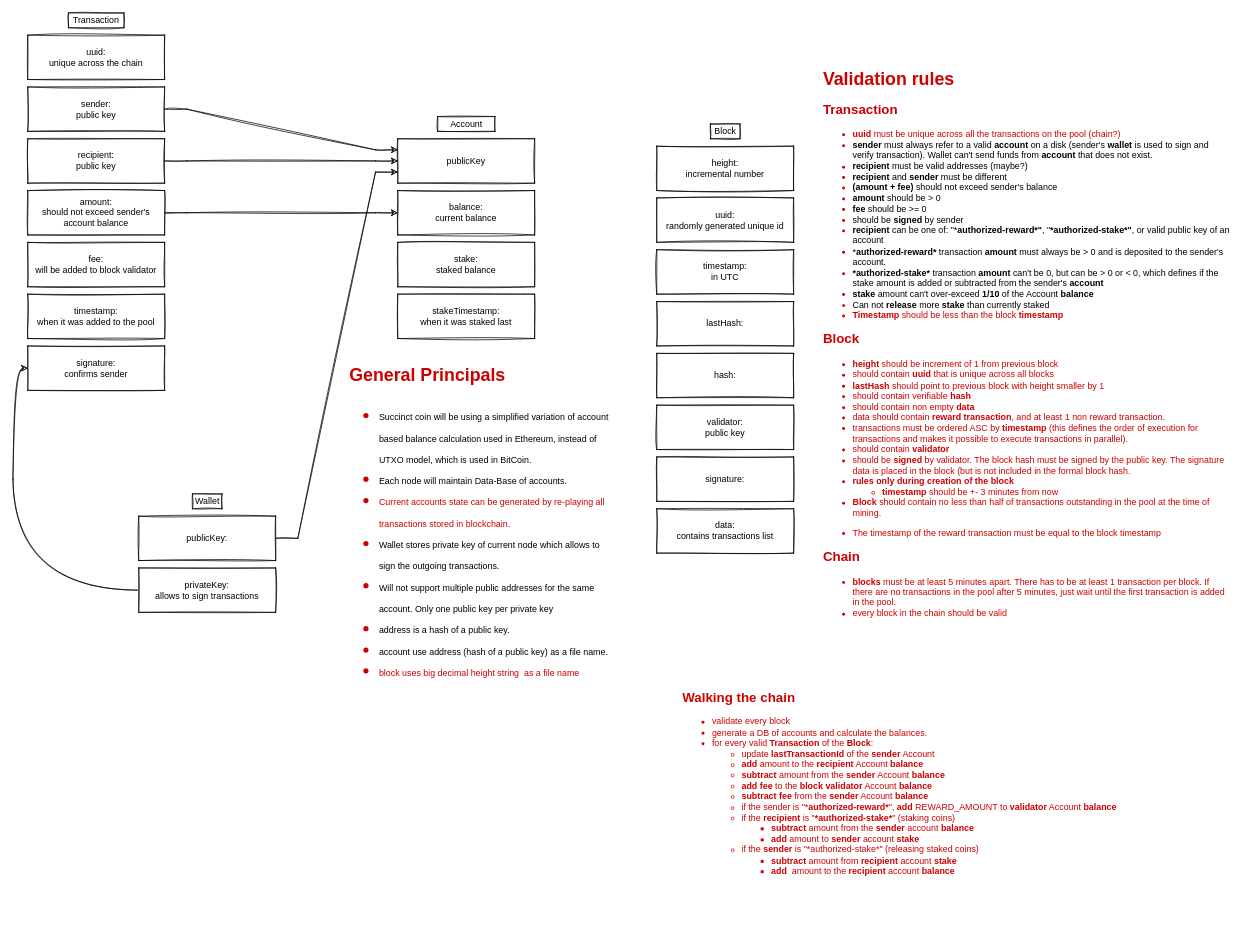
This is docs/Transaction Structure Diagram.drawio from echowaves/succinctcoin, a draw.io file, before an edit. Source tidied: cells renumbered, new cells numbered last; positions are measured from the earlier drawing's top-left corner, leaving out a move shared by most shapes. Both pictures are drawn from the tidied source at 74%, with x=0, y=0 at pixel (27, 13).
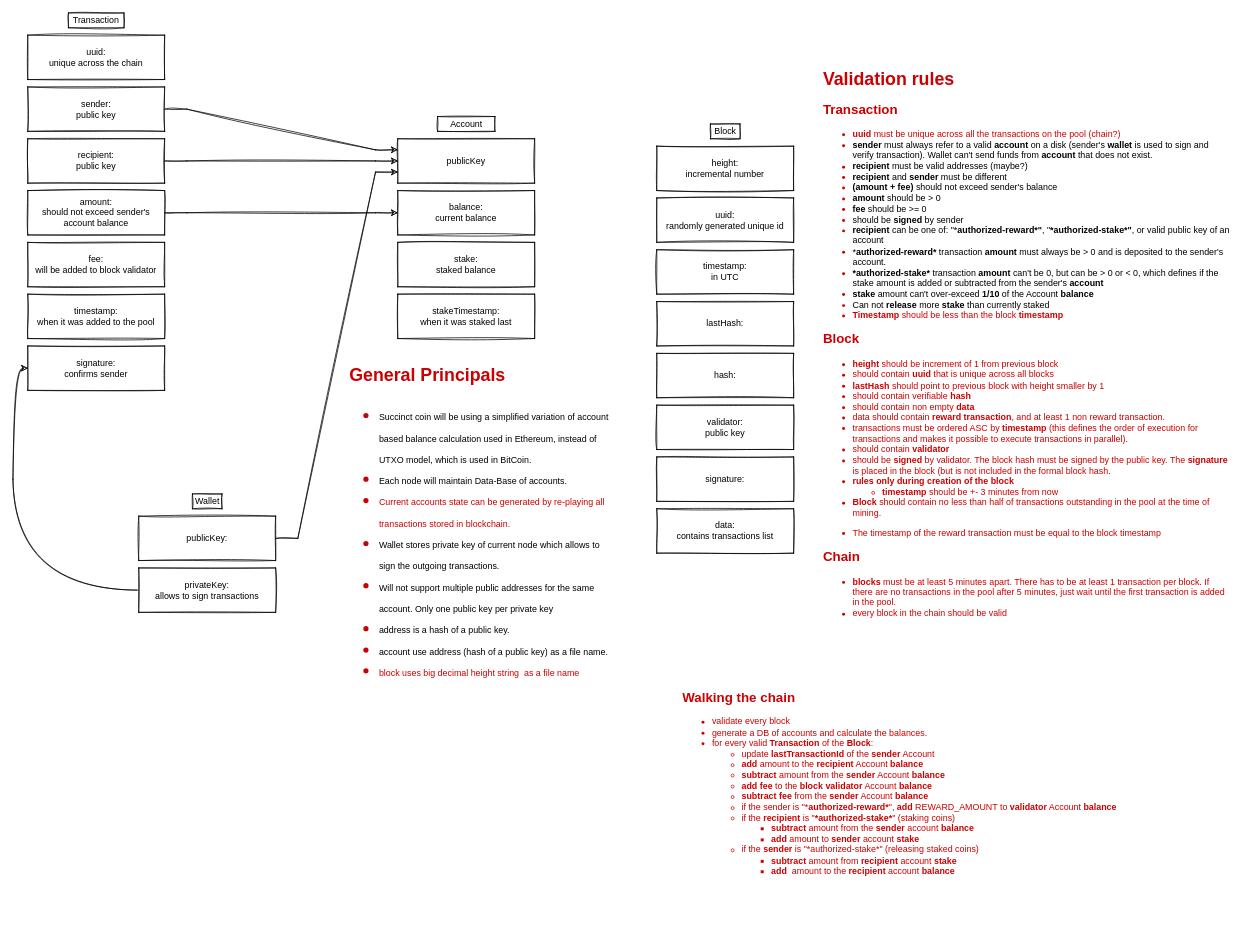
After the change.

Commit message (it also covers changes not shown here):
wip: defining block validation rules

Change to the diagram source:
```diff
@@
-    <mxCell id="30" value="&lt;h1&gt;Validation rules&lt;/h1&gt;&lt;h2&gt;Transaction&lt;/h2&gt;&lt;div&gt;&lt;ul&gt;&lt;li&gt;&lt;b&gt;uuid&lt;/b&gt; must be unique across all the transactions on the pool (chain?)&lt;/li&gt;&lt;li&gt;&lt;font color=&quot;#000000&quot;&gt;&lt;b&gt;sender &lt;/b&gt;must always refer to a valid &lt;b&gt;account&lt;/b&gt; on a disk (sender's &lt;b&gt;wallet&lt;/b&gt; is used to sign and verify transaction). Wallet can't send funds from &lt;b&gt;account &lt;/b&gt;that does not exist.&lt;/font&gt;&lt;/li&gt;&lt;li&gt;&lt;font color=&quot;#000000&quot;&gt;&lt;b&gt;recipient&lt;/b&gt; must be valid addresses (maybe?)&lt;/font&gt;&lt;/li&gt;&lt;li&gt;&lt;font color=&quot;#000000&quot;&gt;&lt;b&gt;recipient&lt;/b&gt; and &lt;b&gt;sender&lt;/b&gt; must be different&lt;/font&gt;&lt;/li&gt;&lt;li&gt;&lt;font color=&quot;#000000&quot;&gt;&lt;b&gt;(amount + fee)&lt;/b&gt;&lt;span&gt; should not exceed sender's balance&lt;/span&gt;&lt;br&gt;&lt;/font&gt;&lt;/li&gt;&lt;li&gt;&lt;font color=&quot;#000000&quot;&gt;&lt;b&gt;amount&lt;/b&gt; should be &amp;gt; 0&lt;/font&gt;&lt;/li&gt;&lt;li&gt;&lt;font color=&quot;#000000&quot;&gt;&lt;b&gt;fee&lt;/b&gt;&amp;nbsp;should be &amp;gt;= 0&lt;/font&gt;&lt;/li&gt;&lt;li&gt;&lt;font color=&quot;#000000&quot;&gt;should be &lt;b&gt;signed&lt;/b&gt; by sender&lt;/font&gt;&lt;/li&gt;&lt;li&gt;&lt;font color=&quot;#000000&quot;&gt;&lt;b&gt;recipient&lt;/b&gt;&lt;span&gt;&amp;nbsp;can be one of: &quot;*&lt;/span&gt;&lt;b&gt;authorized-reward*&quot;&lt;/b&gt;&lt;span&gt;, &quot;&lt;/span&gt;&lt;b&gt;*authorized-stake*&quot;&lt;/b&gt;&lt;span&gt;, or valid public key of an account&lt;/span&gt;&lt;br&gt;&lt;/font&gt;&lt;/li&gt;&lt;li&gt;&lt;font color=&quot;#000000&quot;&gt;&lt;span&gt;*&lt;/span&gt;&lt;b&gt;authorized-reward*&lt;/b&gt;&amp;nbsp;transaction &lt;b&gt;amount&lt;/b&gt; must always be &amp;gt; 0 and is deposited to the sender's account.&lt;/font&gt;&lt;/li&gt;&lt;li&gt;&lt;font color=&quot;#000000&quot;&gt;&lt;b&gt;*authorized-stake* &lt;/b&gt;&lt;span&gt;transaction &lt;b&gt;amount&lt;/b&gt; can't be 0, but can be &amp;gt; 0 or &amp;lt; 0, which defines if the stake amount is added or subtracted from the sender's &lt;b&gt;account&lt;/b&gt;&lt;/span&gt;&lt;/font&gt;&lt;br&gt;&lt;/li&gt;&lt;li&gt;&lt;font color=&quot;#000000&quot;&gt;&lt;b&gt;stake &lt;/b&gt;amount can't over-exceed &lt;b&gt;1/10&lt;/b&gt; of the Account &lt;b&gt;balance&lt;/b&gt;&lt;/font&gt;&lt;/li&gt;&lt;li&gt;&lt;font color=&quot;#000000&quot;&gt;Can not &lt;b&gt;release&lt;/b&gt; more &lt;b&gt;stake&lt;/b&gt; than currently staked&lt;/font&gt;&lt;/li&gt;&lt;li&gt;&lt;b&gt;Timestamp &lt;/b&gt;should be less than the block &lt;b&gt;timestamp&lt;/b&gt;&lt;/li&gt;&lt;/ul&gt;&lt;/div&gt;&lt;h2&gt;Block&lt;/h2&gt;&lt;div&gt;&lt;ul&gt;&lt;li&gt;&lt;b&gt;height&lt;/b&gt;&lt;span&gt; should be increment of 1 from previous block&lt;/span&gt;&lt;br&gt;&lt;/li&gt;&lt;li&gt;should contain &lt;b&gt;uuid &lt;/b&gt;that is unique across all blocks&lt;/li&gt;&lt;li&gt;&lt;b&gt;lastHash&lt;/b&gt; should point to previous block with height smaller by 1&lt;/li&gt;&lt;li&gt;should contain verifiable &lt;b&gt;hash&lt;/b&gt;&lt;/li&gt;&lt;li&gt;should contain non empty &lt;b&gt;data&lt;/b&gt;&lt;/li&gt;&lt;li&gt;data should contain&amp;nbsp;&lt;b&gt;reward transaction&lt;/b&gt;, and at least 1 non reward transaction.&lt;/li&gt;&lt;li&gt;transactions must be ordered ASC by &lt;b&gt;timestamp &lt;/b&gt;(this defines the order of execution for transactions and makes it possible to execute transactions in parallel).&lt;/li&gt;&lt;li&gt;should contain &lt;b&gt;validator&lt;/b&gt;&lt;/li&gt;&lt;li&gt;should be &lt;b&gt;signed&lt;/b&gt; by validator. The block hash must be signed by the public key. The signature data is placed in the block (but is not included in the formal block hash.&lt;/li&gt;&lt;li&gt;&lt;b&gt;rules only during creation of the block&lt;/b&gt;&lt;/li&gt;&lt;ul&gt;&lt;li&gt;&lt;b&gt;timestamp&lt;/b&gt; should be +- 3 minutes from now&lt;/li&gt;&lt;/ul&gt;&lt;li&gt;&lt;b&gt;Block &lt;/b&gt;should contain no less than half of transactions outstanding in the pool at the time of mining.&lt;/li&gt;&lt;/ul&gt;&lt;p&gt;&lt;/p&gt;&lt;ul&gt;&lt;li&gt;&lt;span style=&quot;background-color: rgb(255 , 255 , 255)&quot;&gt;&lt;font style=&quot;font-size: 12px&quot;&gt;The timestamp of the reward transaction must be equal to the block timestamp&lt;/font&gt;&lt;/span&gt;&lt;/li&gt;&lt;/ul&gt;&lt;p&gt;&lt;/p&gt;&lt;/div&gt;&lt;h2&gt;Chain&lt;/h2&gt;&lt;div&gt;&lt;ul&gt;&lt;li&gt;&lt;b&gt;blocks&amp;nbsp;&lt;/b&gt;must be at least 5 minutes apart. There has to be at least 1 transaction per block. If there are no transactions in the pool after 5 minutes, just wait until the first transaction is added in the pool.&lt;/li&gt;&lt;li&gt;every block in the chain should be valid&lt;/li&gt;&lt;/ul&gt;&lt;div&gt;&lt;br&gt;&lt;/div&gt;&lt;/div&gt;&lt;h2&gt;&lt;br&gt;&lt;/h2&gt;" style="text;html=1;fillColor=none;spacing=5;spacingTop=-20;whiteSpace=wrap;overflow=hidden;rounded=0;sketch=1;fontColor=#CC0000;" parent="1" vertex="1">
+    <mxCell id="30" value="&lt;h1&gt;Validation rules&lt;/h1&gt;&lt;h2&gt;Transaction&lt;/h2&gt;&lt;div&gt;&lt;ul&gt;&lt;li&gt;&lt;b&gt;uuid&lt;/b&gt; must be unique across all the transactions on the pool (chain?)&lt;/li&gt;&lt;li&gt;&lt;font color=&quot;#000000&quot;&gt;&lt;b&gt;sender &lt;/b&gt;must always refer to a valid &lt;b&gt;account&lt;/b&gt; on a disk (sender's &lt;b&gt;wallet&lt;/b&gt; is used to sign and verify transaction). Wallet can't send funds from &lt;b&gt;account &lt;/b&gt;that does not exist.&lt;/font&gt;&lt;/li&gt;&lt;li&gt;&lt;font color=&quot;#000000&quot;&gt;&lt;b&gt;recipient&lt;/b&gt; must be valid addresses (maybe?)&lt;/font&gt;&lt;/li&gt;&lt;li&gt;&lt;font color=&quot;#000000&quot;&gt;&lt;b&gt;recipient&lt;/b&gt; and &lt;b&gt;sender&lt;/b&gt; must be different&lt;/font&gt;&lt;/li&gt;&lt;li&gt;&lt;font color=&quot;#000000&quot;&gt;&lt;b&gt;(amount + fee)&lt;/b&gt;&lt;span&gt; should not exceed sender's balance&lt;/span&gt;&lt;br&gt;&lt;/font&gt;&lt;/li&gt;&lt;li&gt;&lt;font color=&quot;#000000&quot;&gt;&lt;b&gt;amount&lt;/b&gt; should be &amp;gt; 0&lt;/font&gt;&lt;/li&gt;&lt;li&gt;&lt;font color=&quot;#000000&quot;&gt;&lt;b&gt;fee&lt;/b&gt;&amp;nbsp;should be &amp;gt;= 0&lt;/font&gt;&lt;/li&gt;&lt;li&gt;&lt;font color=&quot;#000000&quot;&gt;should be &lt;b&gt;signed&lt;/b&gt; by sender&lt;/font&gt;&lt;/li&gt;&lt;li&gt;&lt;font color=&quot;#000000&quot;&gt;&lt;b&gt;recipient&lt;/b&gt;&lt;span&gt;&amp;nbsp;can be one of: &quot;*&lt;/span&gt;&lt;b&gt;authorized-reward*&quot;&lt;/b&gt;&lt;span&gt;, &quot;&lt;/span&gt;&lt;b&gt;*authorized-stake*&quot;&lt;/b&gt;&lt;span&gt;, or valid public key of an account&lt;/span&gt;&lt;br&gt;&lt;/font&gt;&lt;/li&gt;&lt;li&gt;&lt;font color=&quot;#000000&quot;&gt;&lt;span&gt;*&lt;/span&gt;&lt;b&gt;authorized-reward*&lt;/b&gt;&amp;nbsp;transaction &lt;b&gt;amount&lt;/b&gt; must always be &amp;gt; 0 and is deposited to the sender's account.&lt;/font&gt;&lt;/li&gt;&lt;li&gt;&lt;font color=&quot;#000000&quot;&gt;&lt;b&gt;*authorized-stake* &lt;/b&gt;&lt;span&gt;transaction &lt;b&gt;amount&lt;/b&gt; can't be 0, but can be &amp;gt; 0 or &amp;lt; 0, which defines if the stake amount is added or subtracted from the sender's &lt;b&gt;account&lt;/b&gt;&lt;/span&gt;&lt;/font&gt;&lt;br&gt;&lt;/li&gt;&lt;li&gt;&lt;font color=&quot;#000000&quot;&gt;&lt;b&gt;stake &lt;/b&gt;amount can't over-exceed &lt;b&gt;1/10&lt;/b&gt; of the Account &lt;b&gt;balance&lt;/b&gt;&lt;/font&gt;&lt;/li&gt;&lt;li&gt;&lt;font color=&quot;#000000&quot;&gt;Can not &lt;b&gt;release&lt;/b&gt; more &lt;b&gt;stake&lt;/b&gt; than currently staked&lt;/font&gt;&lt;/li&gt;&lt;li&gt;&lt;b&gt;Timestamp &lt;/b&gt;should be less than the block &lt;b&gt;timestamp&lt;/b&gt;&lt;/li&gt;&lt;/ul&gt;&lt;/div&gt;&lt;h2&gt;Block&lt;/h2&gt;&lt;div&gt;&lt;ul&gt;&lt;li&gt;&lt;b&gt;height&lt;/b&gt;&lt;span&gt; should be increment of 1 from previous block&lt;/span&gt;&lt;br&gt;&lt;/li&gt;&lt;li&gt;should contain &lt;b&gt;uuid &lt;/b&gt;that is unique across all blocks&lt;/li&gt;&lt;li&gt;&lt;b&gt;lastHash&lt;/b&gt; should point to previous block with height smaller by 1&lt;/li&gt;&lt;li&gt;should contain verifiable &lt;b&gt;hash&lt;/b&gt;&lt;/li&gt;&lt;li&gt;should contain non empty &lt;b&gt;data&lt;/b&gt;&lt;/li&gt;&lt;li&gt;data should contain&amp;nbsp;&lt;b&gt;reward transaction&lt;/b&gt;, and at least 1 non reward transaction.&lt;/li&gt;&lt;li&gt;transactions must be ordered ASC by &lt;b&gt;timestamp &lt;/b&gt;(this defines the order of execution for transactions and makes it possible to execute transactions in parallel).&lt;/li&gt;&lt;li&gt;should contain &lt;b&gt;validator&lt;/b&gt;&lt;/li&gt;&lt;li&gt;should be &lt;b&gt;signed&lt;/b&gt; by validator. The block hash must be signed by the public key. The &lt;b&gt;signature&lt;/b&gt; is placed in the block (but is not included in the formal block hash.&lt;/li&gt;&lt;li&gt;&lt;b&gt;rules only during creation of the block&lt;/b&gt;&lt;/li&gt;&lt;ul&gt;&lt;li&gt;&lt;b&gt;timestamp&lt;/b&gt; should be +- 3 minutes from now&lt;/li&gt;&lt;/ul&gt;&lt;li&gt;&lt;b&gt;Block &lt;/b&gt;should contain no less than half of transactions outstanding in the pool at the time of mining.&lt;/li&gt;&lt;/ul&gt;&lt;p&gt;&lt;/p&gt;&lt;ul&gt;&lt;li&gt;&lt;span style=&quot;background-color: rgb(255 , 255 , 255)&quot;&gt;&lt;font style=&quot;font-size: 12px&quot;&gt;The timestamp of the reward transaction must be equal to the block timestamp&lt;/font&gt;&lt;/span&gt;&lt;/li&gt;&lt;/ul&gt;&lt;p&gt;&lt;/p&gt;&lt;/div&gt;&lt;h2&gt;Chain&lt;/h2&gt;&lt;div&gt;&lt;ul&gt;&lt;li&gt;&lt;b&gt;blocks&amp;nbsp;&lt;/b&gt;must be at least 5 minutes apart. There has to be at least 1 transaction per block. If there are no transactions in the pool after 5 minutes, just wait until the first transaction is added in the pool.&lt;/li&gt;&lt;li&gt;every block in the chain should be valid&lt;/li&gt;&lt;/ul&gt;&lt;div&gt;&lt;br&gt;&lt;/div&gt;&lt;/div&gt;&lt;h2&gt;&lt;br&gt;&lt;/h2&gt;" style="text;html=1;fillColor=none;spacing=5;spacingTop=-20;whiteSpace=wrap;overflow=hidden;rounded=0;sketch=1;fontColor=#CC0000;" parent="1" vertex="1">
       <mxGeometry x="1070" y="70" width="560" height="780" as="geometry" />
     </mxCell>
```
